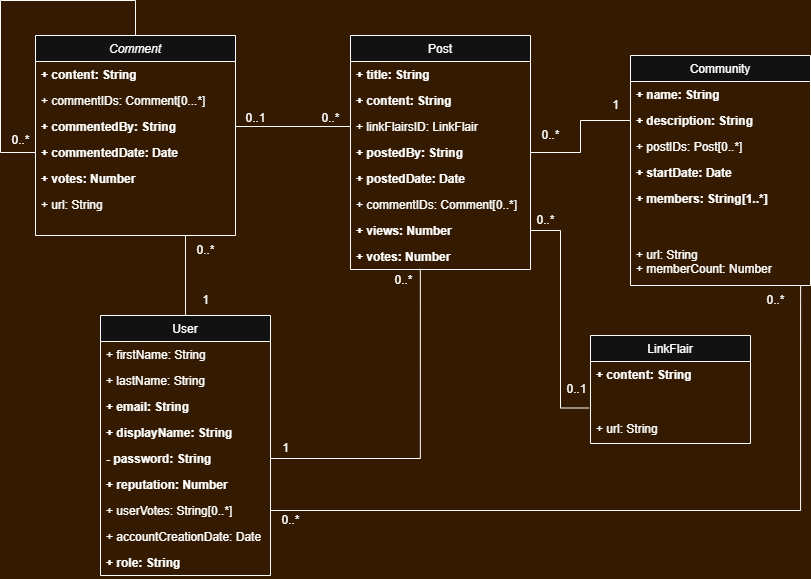
The draw.io diagram images/UML Class Diagram.png in Danielnmatt/Reddit-Clone, before a commit. Source tidied: cells renumbered, new cells last; positions are measured from the earlier drawing's top-left corner, leaving out a move shared by most shapes.
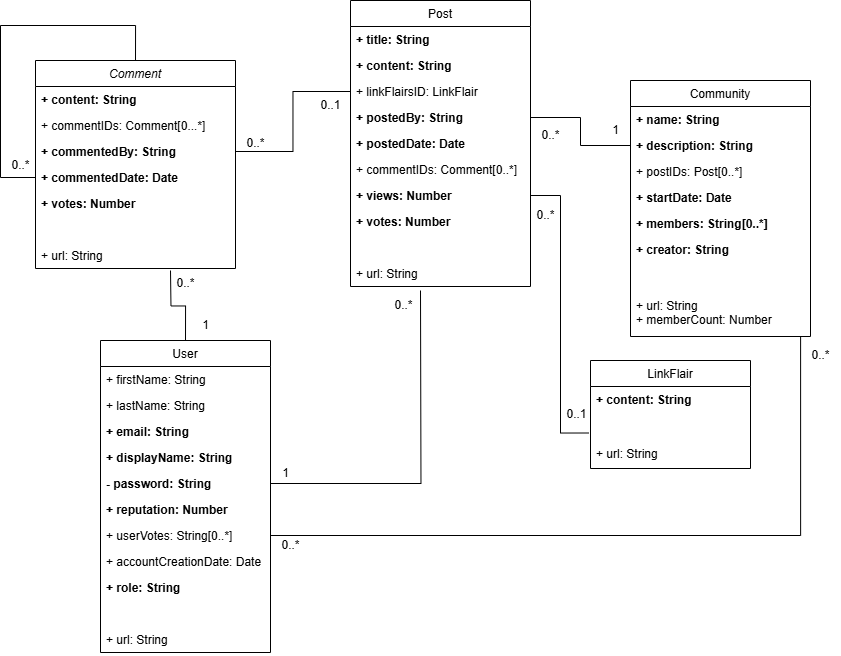
The same file after the commit.

Diff of the diagram source:
```diff
@@ -1,9 +1,9 @@
-<mxGraphModel background="light-dark(#FFFFFF,#331A00)">
+<mxGraphModel>
   <root>
-    <mxCell id="0" />
-    <mxCell id="1" parent="0" />
+    <mxCell id="61" />
+    <mxCell id="62" parent="61" />
-    <mxCell id="2" value="Comment" style="swimlane;fontStyle=2;align=center;verticalAlign=top;horizontal=1;startSize=26;rounded=0;shadow=0;strokeWidth=1;" parent="1" vertex="1">
-      <mxGeometry x="35" y="35" width="200" height="200" as="geometry" />
+    <mxCell id="2" value="Comment" style="swimlane;fontStyle=2;align=center;verticalAlign=top;horizontal=1;startSize=26;rounded=0;shadow=0;strokeWidth=1;" parent="62" vertex="1">
+      <mxGeometry x="35" y="35" width="200" height="208" as="geometry" />
     </mxCell>
     <mxCell id="3" value="+ content: String&#10;" style="text;align=left;verticalAlign=top;spacingLeft=4;spacingRight=4;overflow=hidden;fontStyle=1;" parent="2" vertex="1">
       <mxGeometry y="26" width="200" height="26" as="geometry" />
@@ -29,10 +29,13 @@
         </Array>
       </mxGeometry>
     </mxCell>
-    <mxCell id="9" value="+ url: String" style="text;align=left;verticalAlign=top;spacingLeft=4;spacingRight=4;overflow=hidden;rounded=0;shadow=0;html=0;fontStyle=0;" parent="2" vertex="1">
-      <mxGeometry y="156" width="200" height="26" as="geometry" />
-    </mxCell>
+    <mxCell id="63" value="&#10;" style="text;align=left;verticalAlign=top;spacingLeft=4;spacingRight=4;overflow=hidden;rounded=0;shadow=0;html=0;fontStyle=0;" parent="2" vertex="1">
+      <mxGeometry y="156" width="200" height="26" as="geometry" />
+    </mxCell>
+    <mxCell id="64" value="+ url: String" style="text;align=left;verticalAlign=top;spacingLeft=4;spacingRight=4;overflow=hidden;rounded=0;shadow=0;html=0;fontStyle=0;" parent="2" vertex="1">
+      <mxGeometry y="182" width="200" height="26" as="geometry" />
+    </mxCell>
-    <mxCell id="10" value="LinkFlair" style="swimlane;fontStyle=0;align=center;verticalAlign=top;horizontal=1;startSize=26;rounded=0;shadow=0;strokeWidth=1;" parent="1" vertex="1">
+    <mxCell id="10" value="LinkFlair" style="swimlane;fontStyle=0;align=center;verticalAlign=top;horizontal=1;startSize=26;rounded=0;shadow=0;strokeWidth=1;" parent="62" vertex="1">
       <mxGeometry x="590" y="335" width="160" height="108" as="geometry" />
     </mxCell>
     <mxCell id="11" value="+ content: String" style="text;align=left;verticalAlign=top;spacingLeft=4;spacingRight=4;overflow=hidden;fontStyle=1;" parent="10" vertex="1">
@@ -44,8 +47,8 @@
     <mxCell id="13" value="+ url: String" style="text;align=left;verticalAlign=top;spacingLeft=4;spacingRight=4;overflow=hidden;fontStyle=0;" parent="10" vertex="1">
       <mxGeometry y="80" width="160" height="28" as="geometry" />
     </mxCell>
-    <mxCell id="14" value="Post" style="swimlane;fontStyle=0;align=center;verticalAlign=top;horizontal=1;startSize=26;rounded=0;shadow=0;strokeWidth=1;" parent="1" vertex="1">
-      <mxGeometry x="350" y="35" width="180" height="234" as="geometry" />
+    <mxCell id="14" value="Post" style="swimlane;fontStyle=0;align=center;verticalAlign=top;horizontal=1;startSize=26;rounded=0;shadow=0;strokeWidth=1;" parent="62" vertex="1">
+      <mxGeometry x="350" y="-25" width="180" height="286" as="geometry" />
     </mxCell>
     <mxCell id="15" value="+ title: String" style="text;align=left;verticalAlign=top;spacingLeft=4;spacingRight=4;overflow=hidden;fontStyle=1;" parent="14" vertex="1">
       <mxGeometry y="26" width="180" height="26" as="geometry" />
@@ -71,8 +74,14 @@
     <mxCell id="22" value="+ votes: Number" style="text;align=left;verticalAlign=top;spacingLeft=4;spacingRight=4;overflow=hidden;points=[[0,0.5],[1,0.5]];portConstraint=eastwest;fontStyle=1;" parent="14" vertex="1">
       <mxGeometry y="208" width="180" height="26" as="geometry" />
     </mxCell>
+    <mxCell id="65" style="text;align=left;verticalAlign=top;spacingLeft=4;spacingRight=4;overflow=hidden;fontStyle=1;" parent="14" vertex="1">
+      <mxGeometry y="234" width="180" height="26" as="geometry" />
+    </mxCell>
+    <mxCell id="66" value="+ url: String" style="text;align=left;verticalAlign=top;spacingLeft=4;spacingRight=4;overflow=hidden;fontStyle=0;" parent="14" vertex="1">
+      <mxGeometry y="260" width="180" height="26" as="geometry" />
+    </mxCell>
-    <mxCell id="23" value="Community" style="swimlane;fontStyle=0;align=center;verticalAlign=top;horizontal=1;startSize=26;rounded=0;shadow=0;strokeWidth=1;" parent="1" vertex="1">
-      <mxGeometry x="630" y="55" width="180" height="230" as="geometry" />
+    <mxCell id="23" value="Community" style="swimlane;fontStyle=0;align=center;verticalAlign=top;horizontal=1;startSize=26;rounded=0;shadow=0;strokeWidth=1;" parent="62" vertex="1">
+      <mxGeometry x="630" y="55" width="180" height="256" as="geometry" />
     </mxCell>
     <mxCell id="24" value="+ name: String" style="text;align=left;verticalAlign=top;spacingLeft=4;spacingRight=4;overflow=hidden;fontStyle=1;" parent="23" vertex="1">
       <mxGeometry y="26" width="180" height="26" as="geometry" />
@@ -86,22 +95,25 @@
     <mxCell id="27" value="+ startDate: Date " style="text;align=left;verticalAlign=top;spacingLeft=4;spacingRight=4;overflow=hidden;rounded=0;shadow=0;html=0;fontStyle=1;" parent="23" vertex="1">
       <mxGeometry y="104" width="180" height="26" as="geometry" />
     </mxCell>
-    <mxCell id="28" value="+ members: String[1..*]" style="text;align=left;verticalAlign=top;spacingLeft=4;spacingRight=4;overflow=hidden;rounded=0;shadow=0;html=0;fontStyle=1;" parent="23" vertex="1">
-      <mxGeometry y="130" width="180" height="26" as="geometry" />
-    </mxCell>
-    <mxCell id="29" style="text;align=left;verticalAlign=top;spacingLeft=4;spacingRight=4;overflow=hidden;rounded=0;shadow=0;html=0;fontStyle=1;" parent="23" vertex="1">
-      <mxGeometry y="156" width="180" height="30" as="geometry" />
-    </mxCell>
+    <mxCell id="67" value="+ members: String[0..*]" style="text;align=left;verticalAlign=top;spacingLeft=4;spacingRight=4;overflow=hidden;rounded=0;shadow=0;html=0;fontStyle=1;" parent="23" vertex="1">
+      <mxGeometry y="130" width="180" height="26" as="geometry" />
+    </mxCell>
+    <mxCell id="68" value="+ creator: String" style="text;align=left;verticalAlign=top;spacingLeft=4;spacingRight=4;overflow=hidden;rounded=0;shadow=0;html=0;fontStyle=1;" parent="23" vertex="1">
+      <mxGeometry y="156" width="180" height="26" as="geometry" />
+    </mxCell>
+    <mxCell id="69" style="text;align=left;verticalAlign=top;spacingLeft=4;spacingRight=4;overflow=hidden;rounded=0;shadow=0;html=0;fontStyle=1;" parent="23" vertex="1">
+      <mxGeometry y="182" width="180" height="30" as="geometry" />
+    </mxCell>
     <mxCell id="30" value="+ url: String&#10;+ memberCount: Number" style="text;align=left;verticalAlign=top;spacingLeft=4;spacingRight=4;overflow=hidden;points=[[0,0.5],[1,0.5]];portConstraint=eastwest;rounded=0;shadow=0;html=0;fontStyle=0;" parent="23" vertex="1">
-      <mxGeometry y="186" width="180" height="44" as="geometry" />
+      <mxGeometry y="212" width="180" height="44" as="geometry" />
     </mxCell>
-    <mxCell id="31" style="edgeStyle=orthogonalEdgeStyle;rounded=0;jettySize=auto;html=1;exitX=0.5;exitY=0;exitDx=0;exitDy=0;endArrow=none;startFill=0;" parent="1" edge="1" source="32">
-      <mxGeometry relative="1" as="geometry">
-        <mxPoint x="185" y="235" as="targetPoint" />
-      </mxGeometry>
-    </mxCell>
+    <mxCell id="70" style="edgeStyle=orthogonalEdgeStyle;rounded=0;jettySize=auto;html=1;exitX=0.5;exitY=0;exitDx=0;exitDy=0;endArrow=none;startFill=0;" parent="62" edge="1" source="32">
+      <mxGeometry relative="1" as="geometry">
+        <mxPoint x="170" y="245" as="targetPoint" />
+      </mxGeometry>
+    </mxCell>
-    <mxCell id="32" value="User" style="swimlane;fontStyle=0;align=center;verticalAlign=top;horizontal=1;startSize=26;rounded=0;shadow=0;strokeWidth=1;" parent="1" vertex="1">
-      <mxGeometry x="100" y="315" width="170" height="260" as="geometry" />
+    <mxCell id="32" value="User" style="swimlane;fontStyle=0;align=center;verticalAlign=top;horizontal=1;startSize=26;rounded=0;shadow=0;strokeWidth=1;" parent="62" vertex="1">
+      <mxGeometry x="100" y="315" width="170" height="312" as="geometry" />
     </mxCell>
     <mxCell id="33" value="+ firstName: String" style="text;align=left;verticalAlign=top;spacingLeft=4;spacingRight=4;overflow=hidden;" parent="32" vertex="1">
       <mxGeometry y="26" width="170" height="26" as="geometry" />
@@ -130,62 +142,70 @@
     <mxCell id="41" value="+ role: String" style="text;align=left;verticalAlign=top;spacingLeft=4;spacingRight=4;overflow=hidden;rounded=0;shadow=0;html=0;fontStyle=1;" parent="32" vertex="1">
       <mxGeometry y="234" width="170" height="26" as="geometry" />
     </mxCell>
-    <mxCell id="42" style="text;align=left;verticalAlign=top;spacingLeft=4;spacingRight=4;overflow=hidden;rounded=0;shadow=0;html=0;fontStyle=0;" parent="32" vertex="1">
-      <mxGeometry y="260" width="170" as="geometry" />
-    </mxCell>
+    <mxCell id="71" style="text;align=left;verticalAlign=top;spacingLeft=4;spacingRight=4;overflow=hidden;rounded=0;shadow=0;html=0;fontStyle=1;" parent="32" vertex="1">
+      <mxGeometry y="260" width="170" height="26" as="geometry" />
+    </mxCell>
+    <mxCell id="72" value="+ url: String" style="text;align=left;verticalAlign=top;spacingLeft=4;spacingRight=4;overflow=hidden;rounded=0;shadow=0;html=0;fontStyle=0;" parent="32" vertex="1">
+      <mxGeometry y="286" width="170" height="26" as="geometry" />
+    </mxCell>
+    <mxCell id="73" style="text;align=left;verticalAlign=top;spacingLeft=4;spacingRight=4;overflow=hidden;rounded=0;shadow=0;html=0;fontStyle=0;" parent="32" vertex="1">
+      <mxGeometry y="312" width="170" as="geometry" />
+    </mxCell>
-    <mxCell id="43" style="edgeStyle=orthogonalEdgeStyle;rounded=0;jettySize=auto;html=1;exitX=1;exitY=0.5;exitDx=0;exitDy=0;entryX=0;entryY=0.5;entryDx=0;entryDy=0;endArrow=none;startFill=0;" parent="1" edge="1" source="5" target="17">
+    <mxCell id="43" style="edgeStyle=orthogonalEdgeStyle;rounded=0;jettySize=auto;html=1;exitX=1;exitY=0.5;exitDx=0;exitDy=0;entryX=0;entryY=0.5;entryDx=0;entryDy=0;endArrow=none;startFill=0;" parent="62" edge="1" source="5" target="17">
       <mxGeometry relative="1" as="geometry" />
     </mxCell>
-    <mxCell id="44" value="0..1" style="text;html=1;align=center;verticalAlign=middle;strokeColor=none;fillColor=none;" parent="1" vertex="1">
-      <mxGeometry x="235" y="103" width="40" height="30" as="geometry" />
-    </mxCell>
-    <mxCell id="45" value="0..*" style="text;html=1;align=center;verticalAlign=middle;strokeColor=none;fillColor=none;" parent="1" vertex="1">
-      <mxGeometry x="310" y="103" width="40" height="30" as="geometry" />
-    </mxCell>
+    <mxCell id="74" value="0..*" style="text;html=1;align=center;verticalAlign=middle;strokeColor=none;fillColor=none;" parent="62" vertex="1">
+      <mxGeometry x="235" y="103" width="40" height="30" as="geometry" />
+    </mxCell>
+    <mxCell id="75" value="0..1" style="text;html=1;align=center;verticalAlign=middle;strokeColor=none;fillColor=none;" parent="62" vertex="1">
+      <mxGeometry x="310" y="65" width="40" height="30" as="geometry" />
+    </mxCell>
-    <mxCell id="46" style="edgeStyle=orthogonalEdgeStyle;rounded=0;jettySize=auto;html=1;exitX=1;exitY=0.5;exitDx=0;exitDy=0;endArrow=none;startFill=0;" parent="1" edge="1" source="18" target="25">
+    <mxCell id="46" style="edgeStyle=orthogonalEdgeStyle;rounded=0;jettySize=auto;html=1;exitX=1;exitY=0.5;exitDx=0;exitDy=0;endArrow=none;startFill=0;" parent="62" edge="1" source="18" target="25">
       <mxGeometry relative="1" as="geometry" />
     </mxCell>
-    <mxCell id="47" value="1" style="text;html=1;align=center;verticalAlign=middle;strokeColor=none;fillColor=none;" parent="1" vertex="1">
-      <mxGeometry x="600" y="90" width="30" height="30" as="geometry" />
-    </mxCell>
-    <mxCell id="48" value="0..*" style="text;html=1;align=center;verticalAlign=middle;strokeColor=none;fillColor=none;" parent="1" vertex="1">
-      <mxGeometry x="530" y="120" width="40" height="30" as="geometry" />
-    </mxCell>
+    <mxCell id="76" value="1" style="text;html=1;align=center;verticalAlign=middle;strokeColor=none;fillColor=none;" parent="62" vertex="1">
+      <mxGeometry x="600" y="90" width="30" height="30" as="geometry" />
+    </mxCell>
+    <mxCell id="77" value="0..*" style="text;html=1;align=center;verticalAlign=middle;strokeColor=none;fillColor=none;" parent="62" vertex="1">
+      <mxGeometry x="530" y="95" width="40" height="30" as="geometry" />
+    </mxCell>
-    <mxCell id="49" style="edgeStyle=orthogonalEdgeStyle;rounded=0;jettySize=auto;html=1;exitX=1;exitY=0.5;exitDx=0;exitDy=0;entryX=-0.01;entryY=0.732;entryDx=0;entryDy=0;entryPerimeter=0;endArrow=none;startFill=0;" parent="1" edge="1" source="21" target="12">
+    <mxCell id="49" style="edgeStyle=orthogonalEdgeStyle;rounded=0;jettySize=auto;html=1;exitX=1;exitY=0.5;exitDx=0;exitDy=0;entryX=-0.01;entryY=0.732;entryDx=0;entryDy=0;entryPerimeter=0;endArrow=none;startFill=0;" parent="62" edge="1" source="21" target="12">
       <mxGeometry relative="1" as="geometry" />
     </mxCell>
-    <mxCell id="50" value="0..*" style="text;html=1;align=center;verticalAlign=middle;strokeColor=none;fillColor=none;" parent="1" vertex="1">
-      <mxGeometry x="525" y="205" width="40" height="30" as="geometry" />
-    </mxCell>
-    <mxCell id="51" value="0..1" style="text;html=1;align=center;verticalAlign=middle;strokeColor=none;fillColor=none;" parent="1" vertex="1">
-      <mxGeometry x="556" y="374" width="40" height="30" as="geometry" />
-    </mxCell>
-    <mxCell id="52" value="0..*" style="text;html=1;align=center;verticalAlign=middle;strokeColor=none;fillColor=none;" parent="1" vertex="1">
-      <mxGeometry y="125" width="40" height="30" as="geometry" />
-    </mxCell>
-    <mxCell id="53" value="0..*" style="text;html=1;align=center;verticalAlign=middle;strokeColor=none;fillColor=none;" parent="1" vertex="1">
-      <mxGeometry x="185" y="235" width="40" height="30" as="geometry" />
-    </mxCell>
-    <mxCell id="54" value="1" style="text;html=1;align=center;verticalAlign=middle;strokeColor=none;fillColor=none;" parent="1" vertex="1">
-      <mxGeometry x="190" y="285" width="30" height="30" as="geometry" />
-    </mxCell>
-    <mxCell id="55" style="edgeStyle=orthogonalEdgeStyle;rounded=0;jettySize=auto;html=1;exitX=1;exitY=0.5;exitDx=0;exitDy=0;entryX=0.388;entryY=0.972;entryDx=0;entryDy=0;entryPerimeter=0;endArrow=none;startFill=0;" parent="1" edge="1" source="37" target="22">
-      <mxGeometry relative="1" as="geometry" />
-    </mxCell>
-    <mxCell id="56" value="1" style="text;html=1;align=center;verticalAlign=middle;strokeColor=none;fillColor=none;" parent="1" vertex="1">
-      <mxGeometry x="270" y="433" width="30" height="30" as="geometry" />
-    </mxCell>
-    <mxCell id="57" value="0..*" style="text;html=1;align=center;verticalAlign=middle;strokeColor=none;fillColor=none;" parent="1" vertex="1">
-      <mxGeometry x="383" y="265" width="40" height="30" as="geometry" />
-    </mxCell>
+    <mxCell id="78" value="0..*" style="text;html=1;align=center;verticalAlign=middle;strokeColor=none;fillColor=none;" parent="62" vertex="1">
+      <mxGeometry x="525" y="175" width="40" height="30" as="geometry" />
+    </mxCell>
+    <mxCell id="79" value="0..1" style="text;html=1;align=center;verticalAlign=middle;strokeColor=none;fillColor=none;" parent="62" vertex="1">
+      <mxGeometry x="556" y="374" width="40" height="30" as="geometry" />
+    </mxCell>
+    <mxCell id="80" value="0..*" style="text;html=1;align=center;verticalAlign=middle;strokeColor=none;fillColor=none;" parent="62" vertex="1">
+      <mxGeometry y="125" width="40" height="30" as="geometry" />
+    </mxCell>
+    <mxCell id="81" value="0..*" style="text;html=1;align=center;verticalAlign=middle;strokeColor=none;fillColor=none;" parent="62" vertex="1">
+      <mxGeometry x="165" y="243" width="40" height="30" as="geometry" />
+    </mxCell>
+    <mxCell id="82" value="1" style="text;html=1;align=center;verticalAlign=middle;strokeColor=none;fillColor=none;" parent="62" vertex="1">
+      <mxGeometry x="190" y="285" width="30" height="30" as="geometry" />
+    </mxCell>
+    <mxCell id="83" style="edgeStyle=orthogonalEdgeStyle;rounded=0;jettySize=auto;html=1;exitX=1;exitY=0.5;exitDx=0;exitDy=0;endArrow=none;startFill=0;" parent="62" edge="1" source="37">
+      <mxGeometry relative="1" as="geometry">
+        <mxPoint x="420" y="265" as="targetPoint" />
+      </mxGeometry>
+    </mxCell>
+    <mxCell id="84" value="1" style="text;html=1;align=center;verticalAlign=middle;strokeColor=none;fillColor=none;" parent="62" vertex="1">
+      <mxGeometry x="270" y="433" width="30" height="30" as="geometry" />
+    </mxCell>
+    <mxCell id="85" value="0..*" style="text;html=1;align=center;verticalAlign=middle;strokeColor=none;fillColor=none;" parent="62" vertex="1">
+      <mxGeometry x="383" y="265" width="40" height="30" as="geometry" />
+    </mxCell>
-    <mxCell id="58" style="edgeStyle=orthogonalEdgeStyle;rounded=0;jettySize=auto;html=1;exitX=1;exitY=0.5;exitDx=0;exitDy=0;entryX=0.945;entryY=1.008;entryDx=0;entryDy=0;entryPerimeter=0;endArrow=none;startFill=0;" parent="1" edge="1" source="39" target="30">
+    <mxCell id="58" style="edgeStyle=orthogonalEdgeStyle;rounded=0;jettySize=auto;html=1;exitX=1;exitY=0.5;exitDx=0;exitDy=0;entryX=0.945;entryY=1.008;entryDx=0;entryDy=0;entryPerimeter=0;endArrow=none;startFill=0;" parent="62" edge="1" source="39" target="30">
       <mxGeometry relative="1" as="geometry" />
     </mxCell>
-    <mxCell id="59" value="0..*" style="text;html=1;align=center;verticalAlign=middle;strokeColor=none;fillColor=none;" parent="1" vertex="1">
-      <mxGeometry x="270" y="505" width="40" height="30" as="geometry" />
-    </mxCell>
-    <mxCell id="60" value="0..*" style="text;html=1;align=center;verticalAlign=middle;strokeColor=none;fillColor=none;" parent="1" vertex="1">
-      <mxGeometry x="755" y="285" width="40" height="30" as="geometry" />
-    </mxCell>
+    <mxCell id="86" value="0..*" style="text;html=1;align=center;verticalAlign=middle;strokeColor=none;fillColor=none;" parent="62" vertex="1">
+      <mxGeometry x="270" y="505" width="40" height="30" as="geometry" />
+    </mxCell>
+    <mxCell id="87" value="0..*" style="text;html=1;align=center;verticalAlign=middle;strokeColor=none;fillColor=none;" parent="62" vertex="1">
+      <mxGeometry x="800" y="315" width="40" height="30" as="geometry" />
+    </mxCell>
   </root>
 </mxGraphModel>
```
